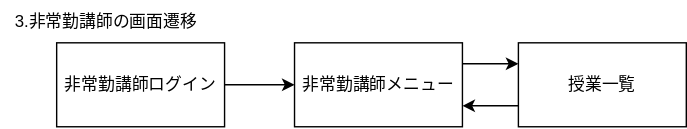
The draw.io diagram teamG5.drawio.svg in Skypeace8585/uml-introduction, before a commit. Source tidied: cells renumbered, new cells last; positions are measured from the earlier drawing's top-left corner, leaving out a move shared by most shapes.
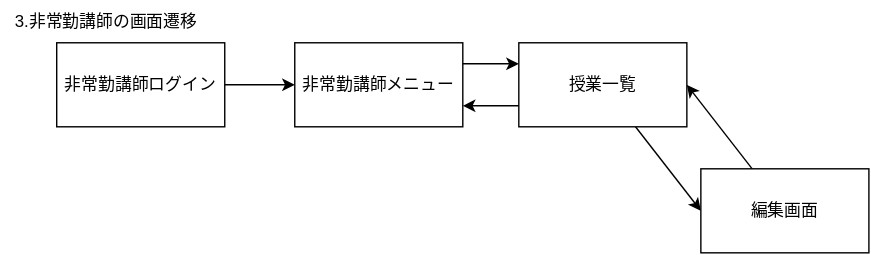
The same diagram one commit later.

Diff of the diagram source:
```diff
@@ -14,6 +14,9 @@
     <mxCell id="5" value="非常勤講師メニュー&amp;nbsp;" style="rounded=0;whiteSpace=wrap;html=1;" parent="1" vertex="1">
       <mxGeometry x="210" y="30" width="120" height="60" as="geometry" />
     </mxCell>
+    <mxCell id="9" style="edgeStyle=none;html=1;entryX=0;entryY=0.5;entryDx=0;entryDy=0;" parent="1" edge="1" source="6" target="11">
+      <mxGeometry relative="1" as="geometry" />
+    </mxCell>
     <mxCell id="6" value="授業一覧" style="rounded=0;whiteSpace=wrap;html=1;" parent="1" vertex="1">
       <mxGeometry x="370" y="30" width="120" height="60" as="geometry" />
     </mxCell>
@@ -23,5 +26,11 @@
     <mxCell id="8" style="endArrow=classic;html=1;entryX=1;entryY=0.75;entryDx=0;entryDy=0;exitX=0;exitY=0.75;exitDx=0;exitDy=0;" parent="1" edge="1" source="6" target="5">
       <mxGeometry relative="1" as="geometry" />
     </mxCell>
+    <mxCell id="10" style="edgeStyle=none;html=1;entryX=1;entryY=0.5;entryDx=0;entryDy=0;" parent="1" edge="1" source="11" target="6">
+      <mxGeometry relative="1" as="geometry" />
+    </mxCell>
+    <mxCell id="11" value="編集画面" style="whiteSpace=wrap;html=1;rounded=0;" parent="1" vertex="1">
+      <mxGeometry x="500" y="120" width="120" height="60" as="geometry" />
+    </mxCell>
   </root>
 </mxGraphModel>
```
